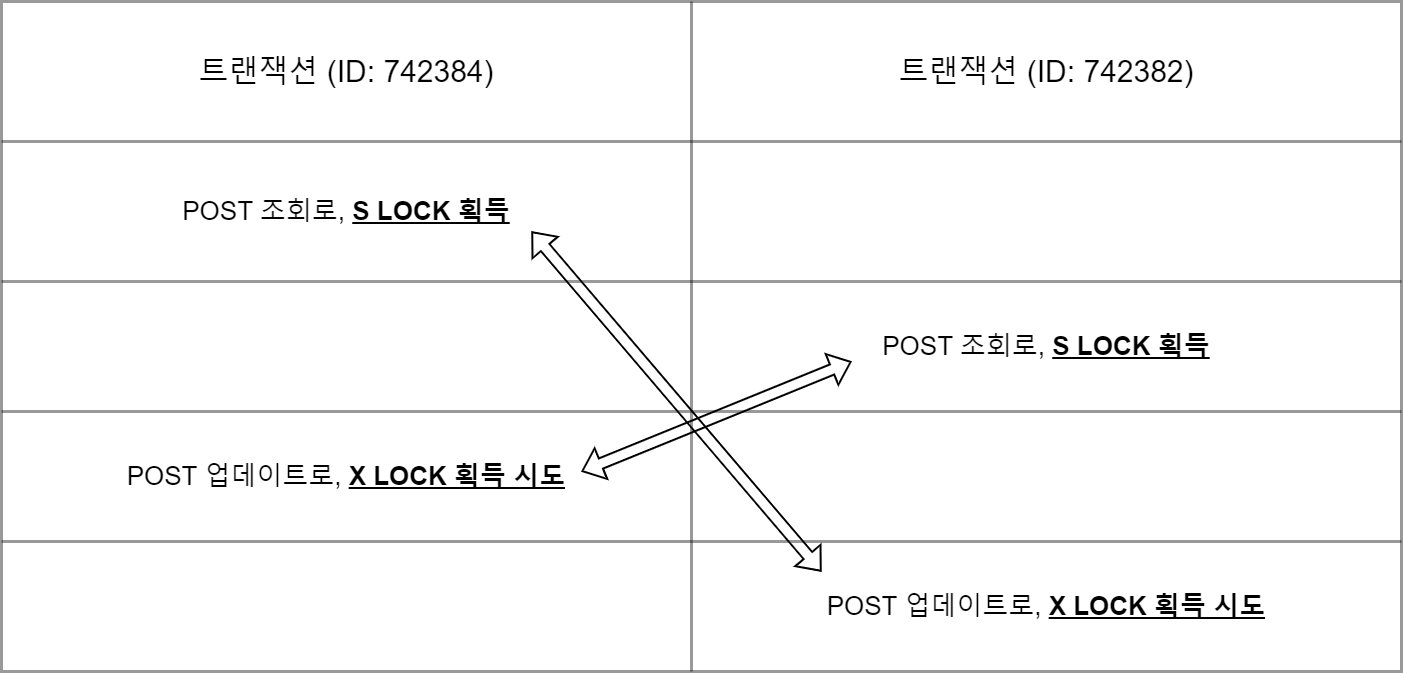
peeerr/document keeps this draw.io diagram as transaction.png. Above is the earlier version. Source tidied: cells renumbered, new cells last; positions are measured from the earlier drawing's top-left corner, leaving out a move shared by most shapes.
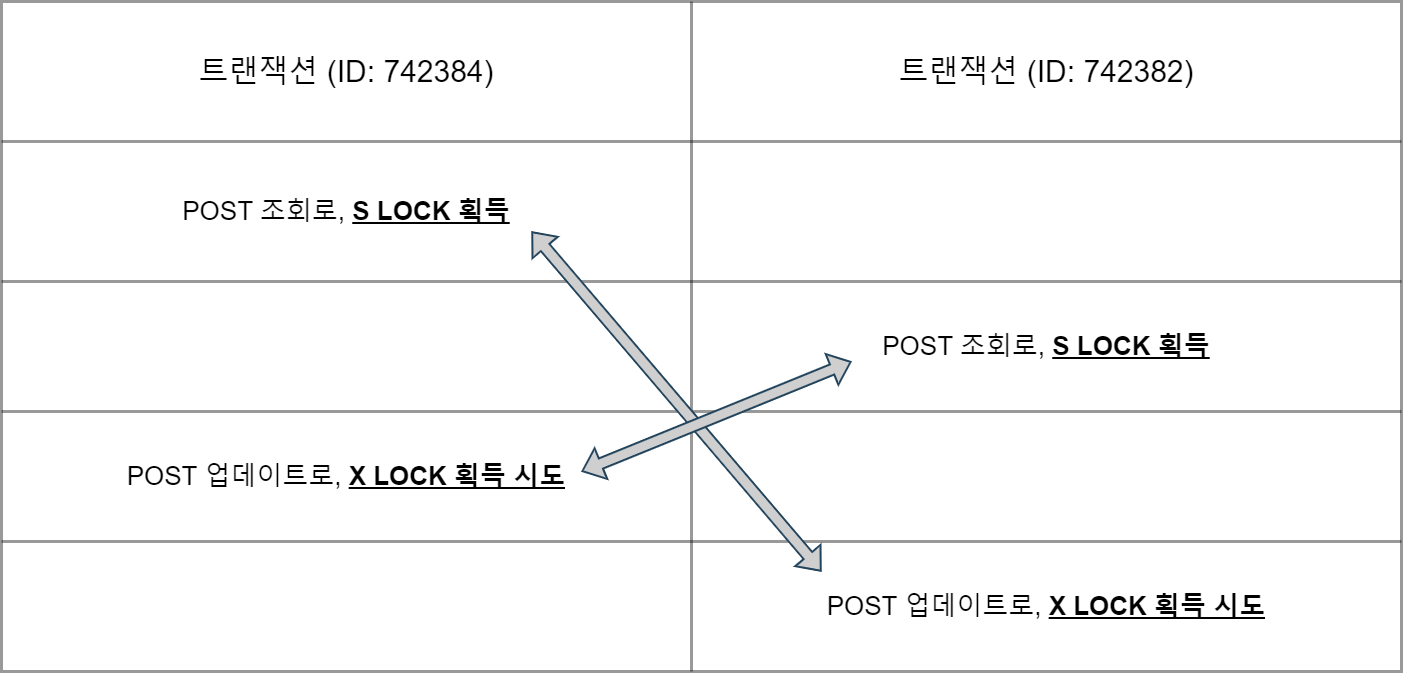
After the commit.

Diff of the diagram source:
```diff
@@ -50,13 +50,13 @@
     <mxCell id="17" value="POST 업데이트로, &lt;b&gt;&lt;u&gt;X LOCK 획득 시도&lt;/u&gt;&lt;/b&gt;" style="shape=partialRectangle;html=1;whiteSpace=wrap;strokeColor=inherit;overflow=hidden;fillColor=none;top=0;left=0;bottom=0;right=0;fontSize=26;spacingTop=0;labelBackgroundColor=default;labelBorderColor=none;" parent="15" vertex="1">
       <mxGeometry x="690" width="710" height="130" as="geometry" />
     </mxCell>
-    <mxCell id="18" style="shape=flexArrow;endArrow=classic;startArrow=classic;html=1;rounded=0;strokeWidth=2;labelBackgroundColor=default;labelBorderColor=none;" parent="1" edge="1">
+    <mxCell id="18" style="shape=flexArrow;endArrow=classic;startArrow=classic;html=1;rounded=0;strokeWidth=2;labelBackgroundColor=default;labelBorderColor=none;fillColor=#CFCFCF;strokeColor=#23445d;" parent="1" edge="1">
       <mxGeometry relative="1" as="geometry">
         <mxPoint x="820" y="570" as="sourcePoint" />
         <mxPoint x="530" y="230" as="targetPoint" />
       </mxGeometry>
     </mxCell>
-    <mxCell id="19" style="shape=flexArrow;endArrow=classic;startArrow=classic;html=1;rounded=0;strokeWidth=2;labelBackgroundColor=default;labelBorderColor=none;" parent="1" edge="1">
+    <mxCell id="19" style="shape=flexArrow;endArrow=classic;startArrow=classic;html=1;rounded=0;strokeWidth=2;labelBackgroundColor=default;labelBorderColor=none;fillColor=#CFCFCF;strokeColor=#23445d;" parent="1" edge="1">
       <mxGeometry relative="1" as="geometry">
         <mxPoint x="580" y="470" as="sourcePoint" />
         <mxPoint x="850" y="360" as="targetPoint" />
```
